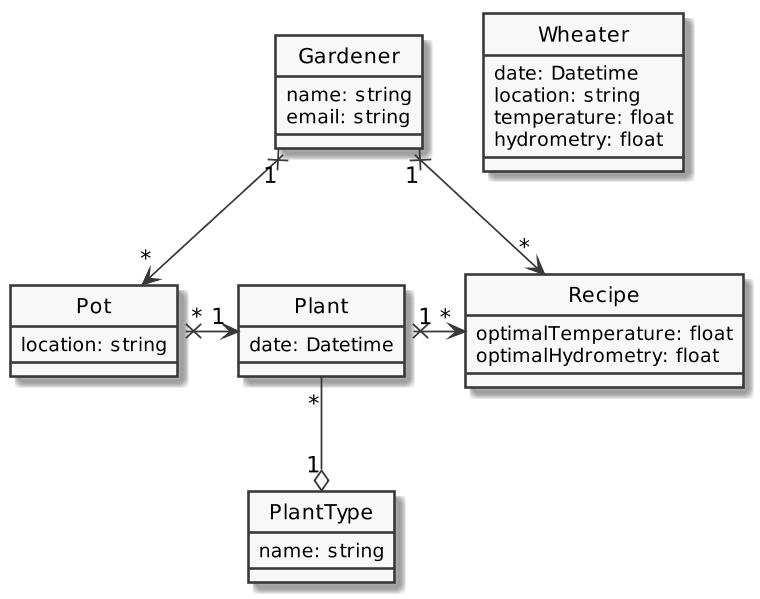
arnaud-dml/SensioLabs-Symfony-DevOps keeps this PlantUML diagram as plantuml.png. Above is the earlier version.
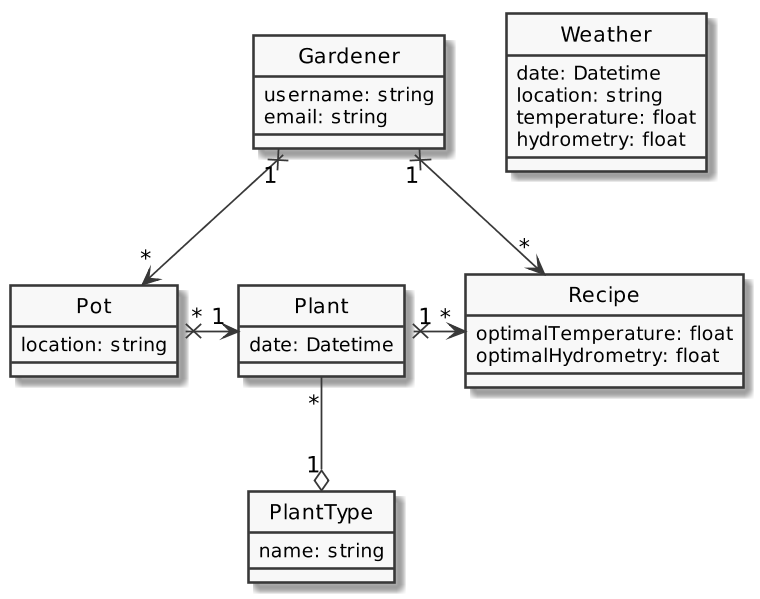
After the change.

Change to the diagram source:
```diff
@@ -6,7 +6,7 @@
 skinparam linetype polyline
 skinparam defaultClassScale 200 height
 
-class Wheater {
+class Weather {
     date: Datetime
     location: string
     temperature: float
@@ -30,7 +30,7 @@
 }
 
 class Gardener {
-    name: string
+    username: string
     email: string
 }
 
```
